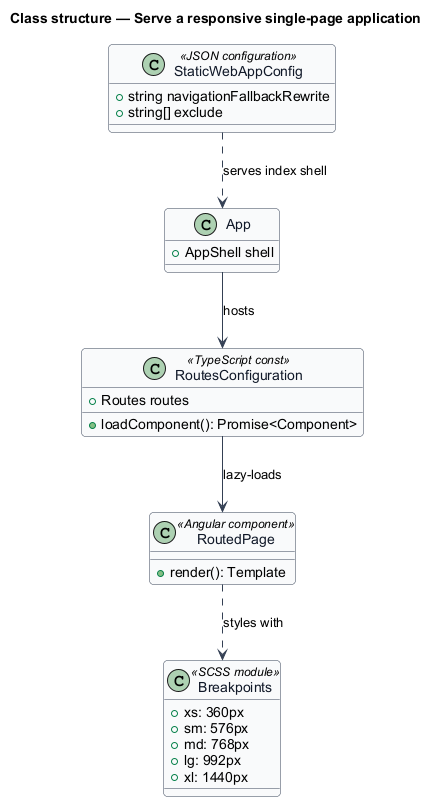
This is docs/detailed-designs/web-experience/serve-responsive-spa/diagrams/class-structure.png from QuinntyneBrown/saturdaze, a PlantUML export, as it was before one commit. Source of this version:
```plantuml
@startuml
skinparam backgroundColor #FFFFFF
skinparam shadowing false
skinparam roundcorner 8
skinparam defaultFontName Arial
skinparam ArrowColor #344054
skinparam class {
  BorderColor #344054
  FontColor #101828
  BackgroundColor #F9FAFB
}
title Class structure — Serve a responsive single-page application

class RoutesConfiguration <<TypeScript const>> {
  +Routes routes
  +loadComponent(): Promise<Component>
}
class App {
  +AppShell shell
}
class RoutedPage <<Angular component>> {
  +render(): Template
}
class Breakpoints <<SCSS module>> {
  +xs: 360px
  +sm: 576px
  +md: 768px
  +lg: 992px
  +xl: 1440px
}
class StaticWebAppConfig <<JSON configuration>> {
  +string navigationFallbackRewrite
  +string[] exclude
}
App --> RoutesConfiguration : hosts
RoutesConfiguration --> RoutedPage : lazy-loads
RoutedPage ..> Breakpoints : styles with
StaticWebAppConfig ..> App : serves index shell
@enduml
```
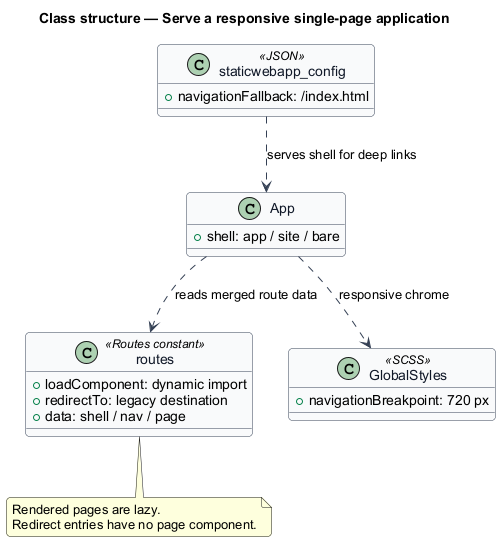
After the change.

Diff of the diagram source:
```diff
@@ -11,29 +11,25 @@
 }
 title Class structure — Serve a responsive single-page application
 
-class RoutesConfiguration <<TypeScript const>> {
-  +Routes routes
-  +loadComponent(): Promise<Component>
+class routes <<Routes constant>> {
+  +loadComponent: dynamic import
+  +redirectTo: legacy destination
+  +data: shell / nav / page
 }
 class App {
-  +AppShell shell
+  +shell: app / site / bare
 }
-class RoutedPage <<Angular component>> {
-  +render(): Template
+class GlobalStyles <<SCSS>> {
+  +navigationBreakpoint: 720 px
 }
-class Breakpoints <<SCSS module>> {
-  +xs: 360px
-  +sm: 576px
-  +md: 768px
-  +lg: 992px
-  +xl: 1440px
+class staticwebapp_config <<JSON>> {
+  +navigationFallback: /index.html
 }
-class StaticWebAppConfig <<JSON configuration>> {
-  +string navigationFallbackRewrite
-  +string[] exclude
-}
-App --> RoutesConfiguration : hosts
-RoutesConfiguration --> RoutedPage : lazy-loads
-RoutedPage ..> Breakpoints : styles with
-StaticWebAppConfig ..> App : serves index shell
+App ..> routes : reads merged route data
+App ..> GlobalStyles : responsive chrome
+staticwebapp_config ..> App : serves shell for deep links
+note bottom of routes
+Rendered pages are lazy.
+Redirect entries have no page component.
+end note
 @enduml
```
